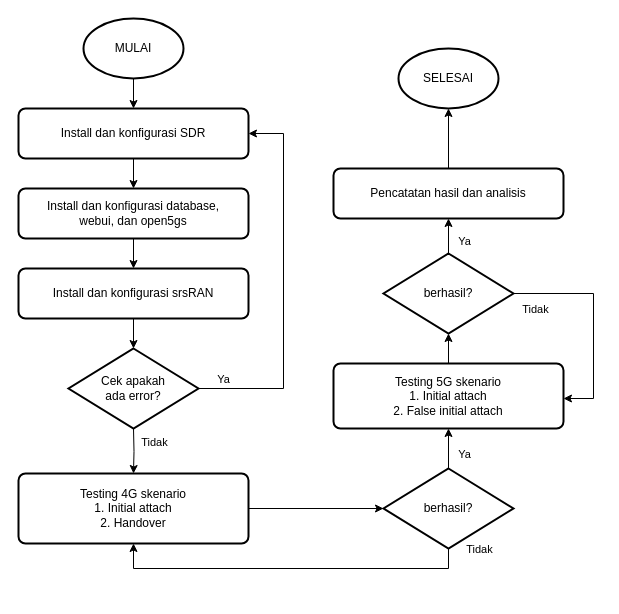
Above: screepsweet/flowchart sistem.drawio in fajarmhr/drawiodump (draw.io), before the change. Source tidied: cells renumbered, new cells numbered last; positions are measured from the earlier drawing's top-left corner, leaving out a move shared by most shapes. Both pictures are drawn from the tidied source at 100%, with x=0, y=0 at pixel (18, 18).
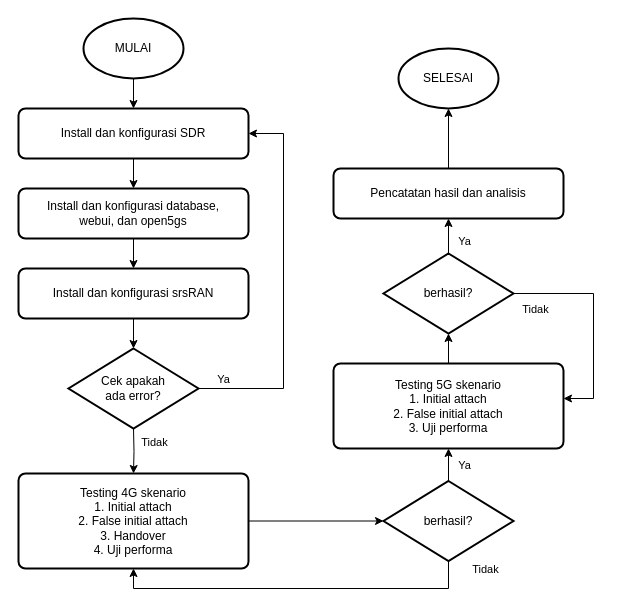
Above is the later version.

The edit, as a diff of the source:
```diff
@@
-    <mxCell id="11" value="Testing 4G skenario&lt;br&gt;1. Initial attach&lt;br&gt;2. Handover" style="rounded=1;whiteSpace=wrap;html=1;absoluteArcSize=1;arcSize=14;strokeWidth=2;" parent="1" vertex="1">
-      <mxGeometry y="455" width="230" height="70" as="geometry" />
+    <mxCell id="11" value="Testing 4G skenario&lt;br&gt;1. Initial attach&lt;br&gt;2. False initial attach&lt;br&gt;3. Handover&lt;br&gt;4. Uji performa" style="rounded=1;whiteSpace=wrap;html=1;absoluteArcSize=1;arcSize=14;strokeWidth=2;" parent="1" vertex="1">
+      <mxGeometry y="455" width="230" height="95" as="geometry" />
     </mxCell>
@@
-    <mxCell id="13" value="Testing 5G skenario&lt;br&gt;1. Initial attach&lt;br&gt;2. False initial attach" style="rounded=1;whiteSpace=wrap;html=1;absoluteArcSize=1;arcSize=14;strokeWidth=2;" parent="1" vertex="1">
-      <mxGeometry x="315" y="345" width="230" height="65" as="geometry" />
+    <mxCell id="13" value="Testing 5G skenario&lt;br&gt;1. Initial attach&lt;br&gt;2. False initial attach&lt;br&gt;3. Uji performa" style="rounded=1;whiteSpace=wrap;html=1;absoluteArcSize=1;arcSize=14;strokeWidth=2;" parent="1" vertex="1">
+      <mxGeometry x="315" y="345" width="230" height="85" as="geometry" />
     </mxCell>
@@
     <mxCell id="19" style="edgeStyle=orthogonalEdgeStyle;rounded=0;jettySize=auto;html=1;entryX=0.5;entryY=1;entryDx=0;entryDy=0;" parent="1" edge="1" source="23" target="11">
       <mxGeometry relative="1" as="geometry">
         <Array as="points">
-          <mxPoint x="430" y="550" />
-          <mxPoint x="115" y="550" />
+          <mxPoint x="430" y="570" />
+          <mxPoint x="115" y="570" />
         </Array>
       </mxGeometry>
     </mxCell>
@@
     <mxCell id="23" value="berhasil?" style="strokeWidth=2;html=1;shape=mxgraph.flowchart.decision;whiteSpace=wrap;" parent="1" vertex="1">
-      <mxGeometry x="365" y="450" width="130" height="80" as="geometry" />
+      <mxGeometry x="365" y="462.5" width="130" height="80" as="geometry" />
     </mxCell>
```
